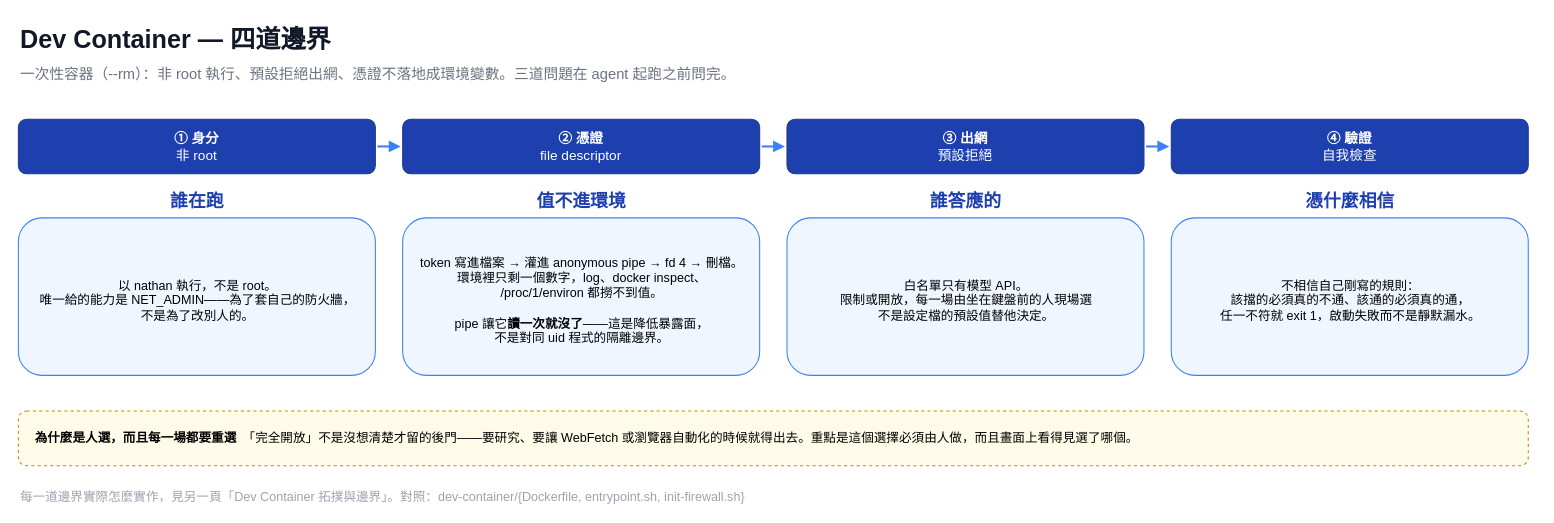
This is page "Dev Container（一頁版）" (3 of 3) of docs/dev-container.drawio from nathanfhh/30-days-ironman, a draw.io file, before an edit. Source tidied: cells renumbered, new cells numbered last; positions are measured from the earlier drawing's top-left corner, leaving out a move shared by most shapes. Both pictures are drawn from the tidied source at 105%, with x=0, y=0 at pixel (18, 18).
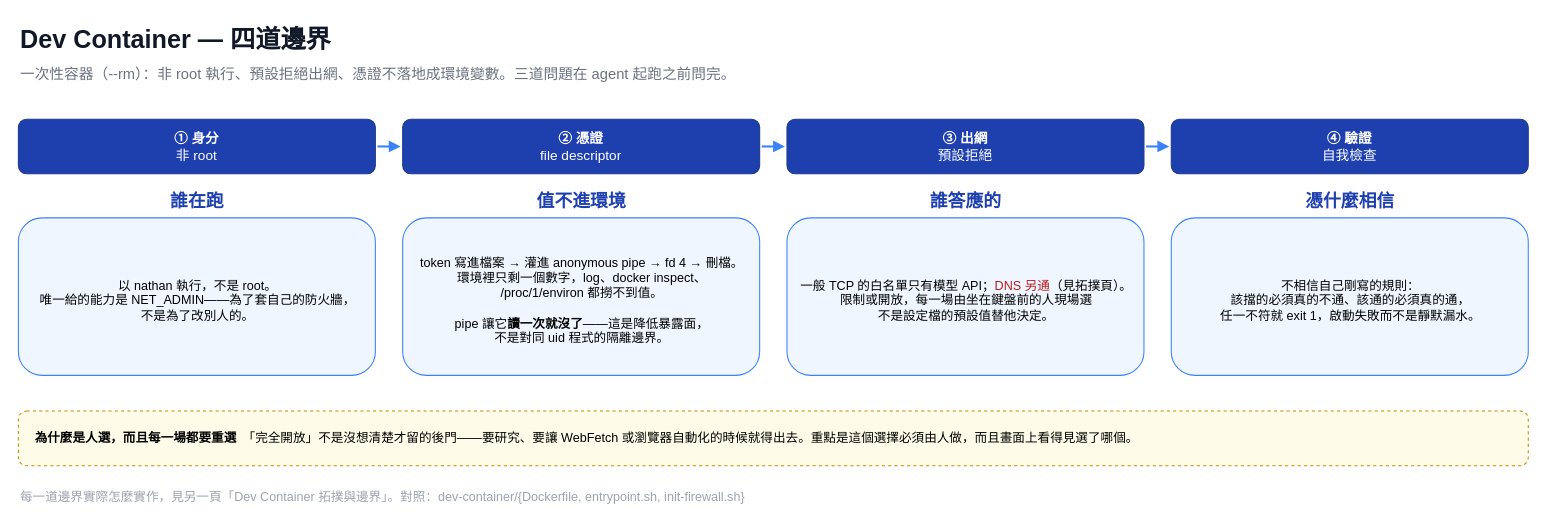
The same page after the edit.

Commit message:
docs(diagram): 一頁版的「③ 出網」也補上 DNS

e69a143 只改了第 1 頁（拓撲與邊界），一頁版的那一格還寫著「白名單只有模型 API」，
沒有 DNS 的揭露。一頁版單獨匯出對外時，它帶著的就是第 1 頁剛收回的那種絕對句。

改成「一般 TCP 的白名單只有模型 API；DNS 另通（見拓撲頁）」。一頁版是簡化版，
不重複整段理由，指過去就好。

⚠ 排版未調：這一輪三處新增文字都讓格子的行數或行長變了，而框高沒動
（p1 的 fw3 height=112 從 6 行變 8 行、proxy height=70 從 4 行變 5 行；
p3 這一格 height=150、行數沒變只是行變長）。Nathan 會手動調，調完重新匯出。

Claude-Session: https://claude.ai/code/session_01XTLZKMLprqF9ZKmg7c8csw

Change to the diagram source:
```diff
@@
-    <mxCell id="13" value="白名單只有模型 API。&lt;br&gt;限制或開放，每一場由坐在鍵盤前的人現場選&lt;br&gt;不是設定檔的預設值替他決定。" style="rounded=1;whiteSpace=wrap;html=1;fillColor=#eff6ff;strokeColor=#3b82f6;fontSize=12;align=center;spacingLeft=12;spacingRight=10;verticalAlign=middle;spacingTop=8;" parent="1" vertex="1">
+    <mxCell id="13" value="一般 TCP 的白名單只有模型 API；&lt;font color=&quot;#b91c1c&quot;&gt;DNS 另通&lt;/font&gt;（見拓撲頁）。&lt;br&gt;限制或開放，每一場由坐在鍵盤前的人現場選&lt;br&gt;不是設定檔的預設值替他決定。" style="rounded=1;whiteSpace=wrap;html=1;fillColor=#eff6ff;strokeColor=#3b82f6;fontSize=12;align=center;spacingLeft=12;spacingRight=10;verticalAlign=middle;spacingTop=8;" parent="1" vertex="1">
       <mxGeometry x="732" y="190" width="340" height="150" as="geometry" />
     </mxCell>
```
